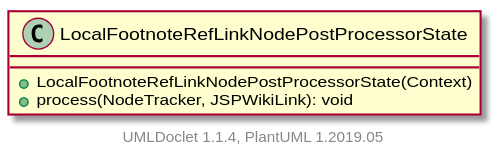
apache/jspwiki-site keeps this PlantUML diagram as apidocs/2.11.0.M8-SNAPSHOT/org/apache/wiki/markdown/extensions/jspwikilinks/postprocessor/LocalFootnoteRefLinkNodePostProcessorState.svg. Above is the earlier version.
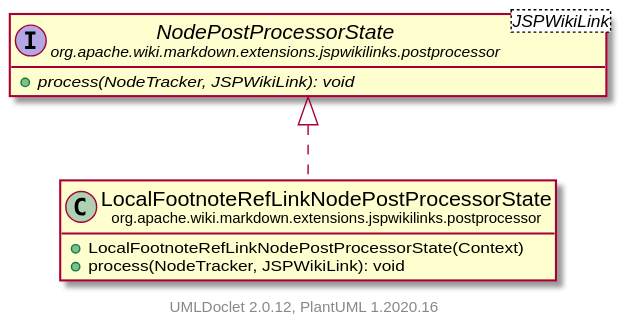
After the change.

Change to the diagram source:
```diff
@@ -1,10 +1,18 @@
 @startuml
+    set namespaceSeparator none
+    hide empty fields
+    hide empty methods
 
-    class LocalFootnoteRefLinkNodePostProcessorState [[LocalFootnoteRefLinkNodePostProcessorState.html]] {
+    class "<size:14>LocalFootnoteRefLinkNodePostProcessorState\n<size:10>org.apache.wiki.markdown.extensions.jspwikilinks.postprocessor" as org.apache.wiki.markdown.extensions.jspwikilinks.postprocessor.LocalFootnoteRefLinkNodePostProcessorState [[LocalFootnoteRefLinkNodePostProcessorState.html]] {
         +LocalFootnoteRefLinkNodePostProcessorState(Context)
         +process(NodeTracker, JSPWikiLink): void
     }
 
+    interface "<size:14>NodePostProcessorState\n<size:10>org.apache.wiki.markdown.extensions.jspwikilinks.postprocessor" as org.apache.wiki.markdown.extensions.jspwikilinks.postprocessor.NodePostProcessorState<JSPWikiLink> [[NodePostProcessorState.html]] {
+        {abstract} +process(NodeTracker, JSPWikiLink): void
+    }
 
-    center footer UMLDoclet 1.1.4, PlantUML 1.2019.05
+    org.apache.wiki.markdown.extensions.jspwikilinks.postprocessor.NodePostProcessorState <|.. org.apache.wiki.markdown.extensions.jspwikilinks.postprocessor.LocalFootnoteRefLinkNodePostProcessorState
+
+    center footer UMLDoclet 2.0.12, PlantUML 1.2020.16
 @enduml
```
